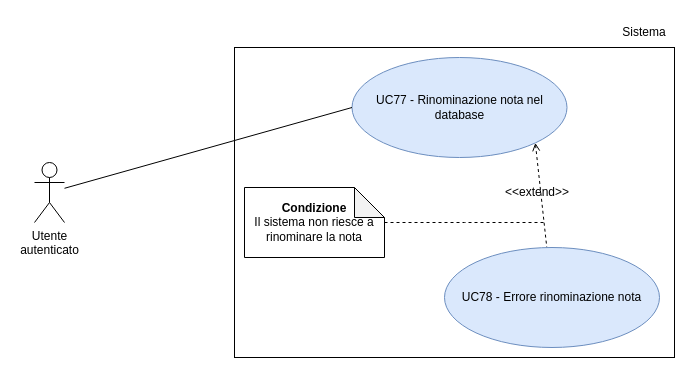
Above: RTB/doc_esterna/analisi-dei-requisiti/assets/draw.io/UC77.drawio in thebitless-group-swe/thebitless.github.io (draw.io), before the change. Source tidied: cells renumbered, new cells numbered last; positions are measured from the earlier drawing's top-left corner, leaving out a move shared by most shapes. Both pictures are drawn from the tidied source at 100%, with x=0, y=0 at pixel (34, 17).
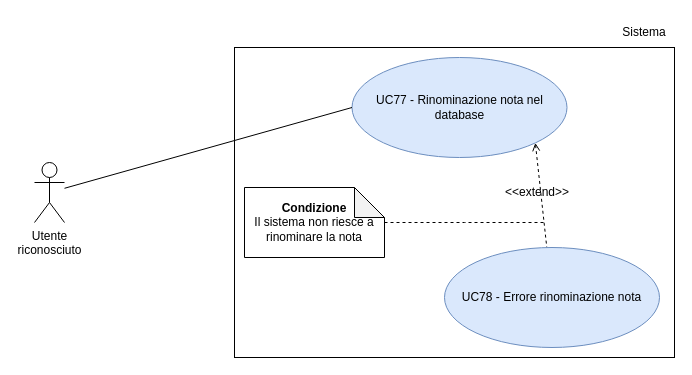
Above is the later version.

Diff of the diagram source:
```diff
@@
 <mxGraphModel>
   <root>
     <mxCell id="0" />
     <mxCell id="1" parent="0" />
     <mxCell id="2" style="rounded=0;whiteSpace=wrap;html=1;" parent="1" vertex="1">
       <mxGeometry x="200" y="30" width="440" height="310" as="geometry" />
     </mxCell>
     <mxCell id="3" style="rounded=0;jettySize=auto;html=1;exitX=1;exitY=1;exitDx=0;exitDy=0;dashed=1;startArrow=open;startFill=0;endArrow=none;endFill=0;" parent="1" edge="1" source="4" target="8">
       <mxGeometry relative="1" as="geometry" />
     </mxCell>
     <mxCell id="4" value="UC77 - Rinominazione nota nel database" style="ellipse;whiteSpace=wrap;html=1;fillColor=#dae8fc;strokeColor=#6c8ebf;" parent="1" vertex="1">
       <mxGeometry x="317.5" y="40" width="215" height="100" as="geometry" />
     </mxCell>
     <mxCell id="5" style="rounded=0;jettySize=auto;html=1;endArrow=none;endFill=0;entryX=0;entryY=0.5;entryDx=0;entryDy=0;" parent="1" edge="1" source="6" target="4">
       <mxGeometry relative="1" as="geometry" />
     </mxCell>
-    <mxCell id="6" value="Utente&lt;div&gt;autenticato&lt;/div&gt;" style="shape=umlActor;verticalLabelPosition=bottom;verticalAlign=top;html=1;outlineConnect=0;" parent="1" vertex="1">
+    <mxCell id="6" value="Utente&lt;div&gt;riconosciuto&lt;/div&gt;" style="shape=umlActor;verticalLabelPosition=bottom;verticalAlign=top;html=1;outlineConnect=0;" parent="1" vertex="1">
       <mxGeometry y="145" width="30" height="60" as="geometry" />
     </mxCell>
     <mxCell id="7" value="Sistema" style="text;html=1;whiteSpace=wrap;strokeColor=none;fillColor=none;align=center;verticalAlign=middle;rounded=0;" parent="1" vertex="1">
       <mxGeometry x="580" width="60" height="30" as="geometry" />
     </mxCell>
     <mxCell id="8" value="UC78 - Errore rinominazione nota" style="ellipse;whiteSpace=wrap;html=1;fillColor=#dae8fc;strokeColor=#6c8ebf;" parent="1" vertex="1">
       <mxGeometry x="410" y="230" width="215" height="100" as="geometry" />
     </mxCell>
     <mxCell id="9" style="edgeStyle=orthogonalEdgeStyle;rounded=0;jettySize=auto;html=1;endArrow=none;endFill=0;dashed=1;" parent="1" edge="1" source="10">
       <mxGeometry relative="1" as="geometry">
         <mxPoint x="510" y="205" as="targetPoint" />
       </mxGeometry>
     </mxCell>
     <mxCell id="10" value="&lt;b&gt;Condizione&lt;/b&gt;&lt;div&gt;Il sistema non riesce a rinominare la nota&lt;/div&gt;" style="shape=note;whiteSpace=wrap;html=1;backgroundOutline=1;darkOpacity=0.05;" parent="1" vertex="1">
       <mxGeometry x="210" y="170" width="140" height="70" as="geometry" />
     </mxCell>
     <mxCell id="11" value="&amp;lt;&amp;lt;extend&amp;gt;&amp;gt;" style="text;html=1;whiteSpace=wrap;strokeColor=none;fillColor=none;align=center;verticalAlign=middle;rounded=0;" parent="1" vertex="1">
       <mxGeometry x="472.5" y="160" width="60" height="30" as="geometry" />
     </mxCell>
   </root>
 </mxGraphModel>
```
